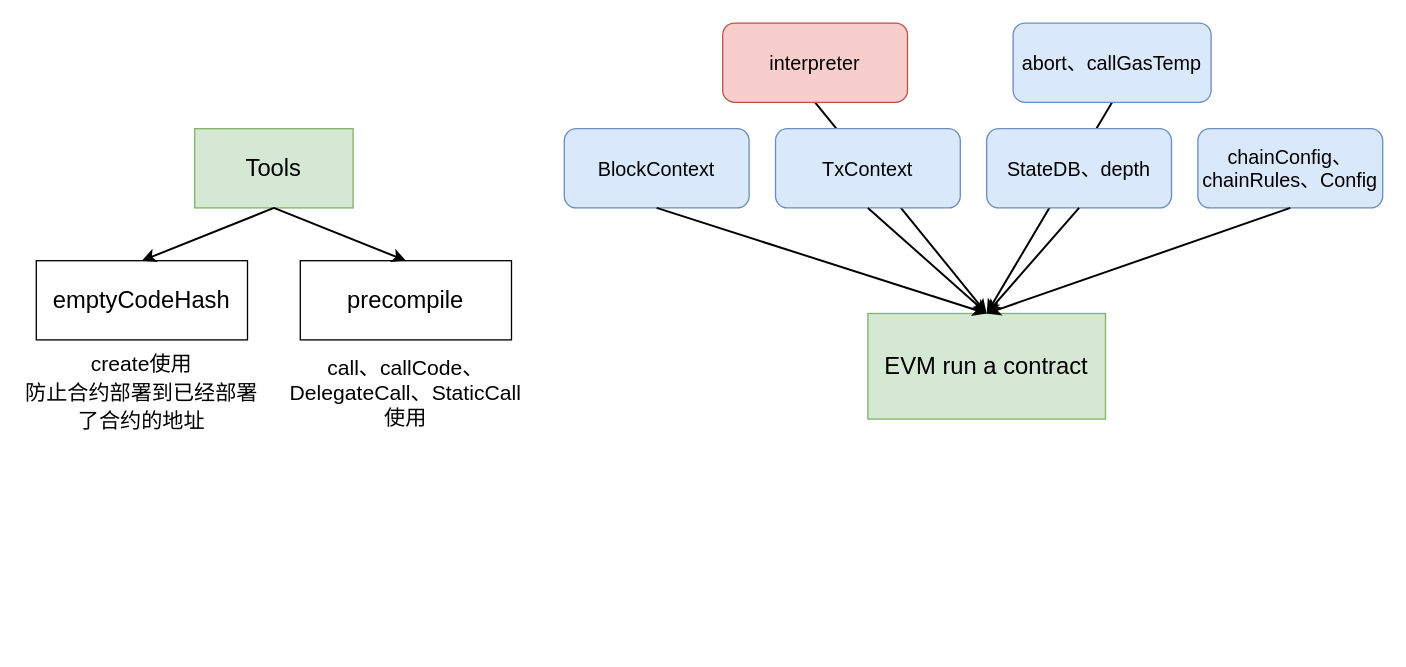
This is evm/evm.go & top.drawio from 0xyicheng/a-research-diagram, a draw.io file, before an edit. Source tidied: cells renumbered, new cells numbered last; positions are measured from the earlier drawing's top-left corner, leaving out a move shared by most shapes. Both pictures are drawn from the tidied source at 132%, with x=0, y=0 at pixel (22, 22).
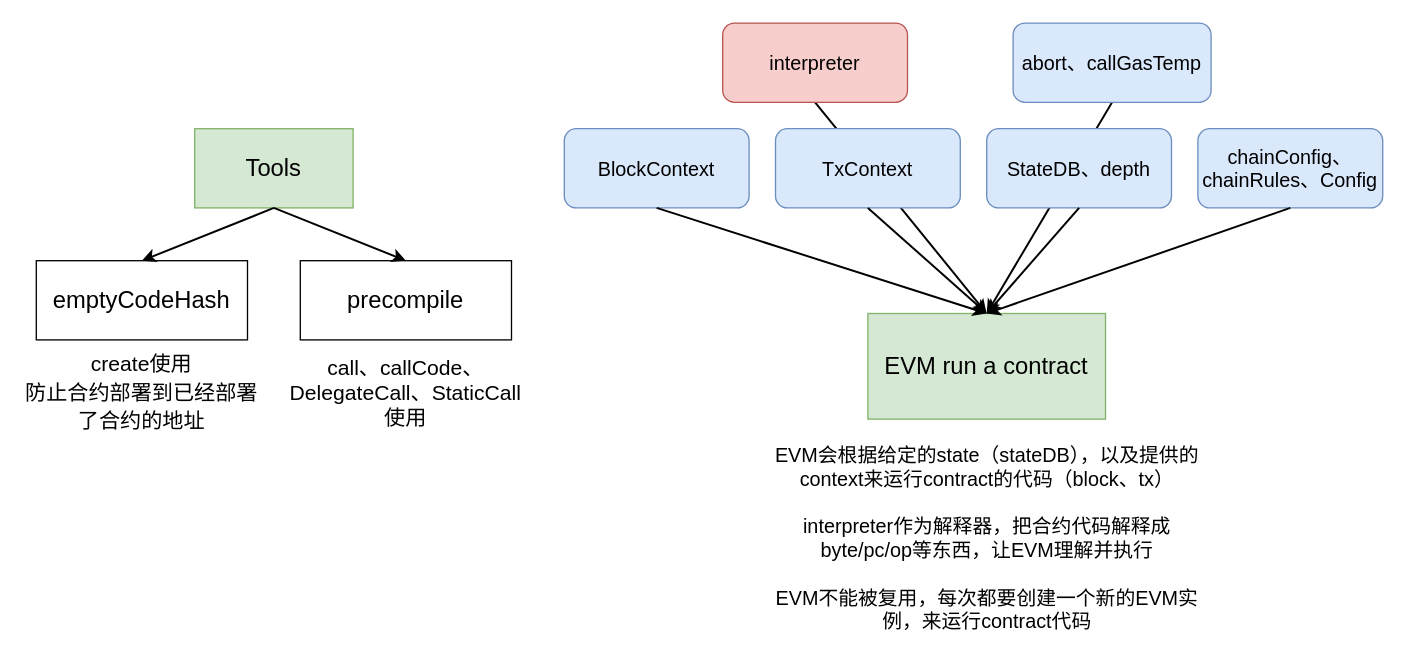
The same diagram, later.

What changed in the source:
```diff
@@
+    <mxCell id="22" value="EVM会根据给定的state（stateDB），以及提供的context来运行contract的代码（block、tx）&lt;br&gt;&lt;br&gt;interpreter作为解释器，把合约代码解释成byte/pc/op等东西，让EVM理解并执行&lt;br&gt;&lt;br&gt;EVM不能被复用，每次都要创建一个新的EVM实例，来运行contract代码" style="text;html=1;strokeColor=none;fillColor=none;align=center;verticalAlign=middle;whiteSpace=wrap;rounded=0;fontSize=15;" parent="1" vertex="1">
+      <mxGeometry x="558.8" y="310" width="342.5" height="160" as="geometry" />
+    </mxCell>
```
